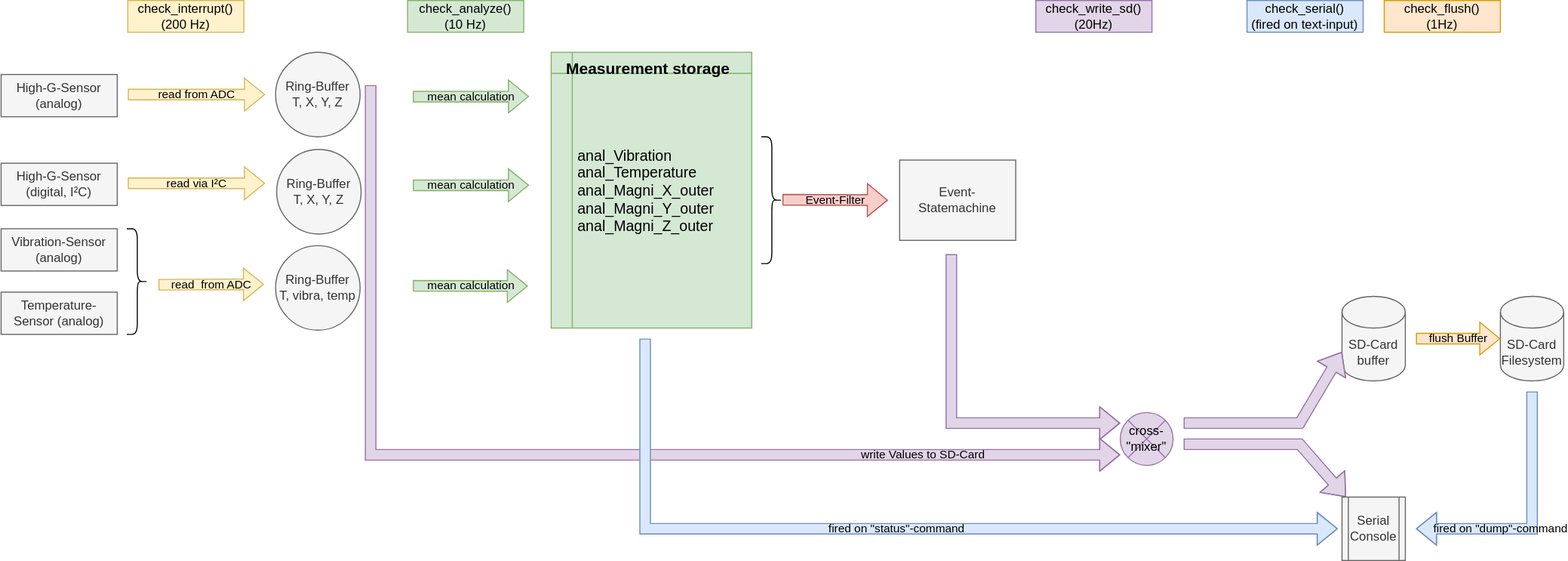
Above: docs/data-flow.svg in movement-recognition/pouch-ucboard (draw.io), before the change. Source tidied: cells renumbered, new cells last; positions are measured from the earlier drawing's top-left corner, leaving out a move shared by most shapes.
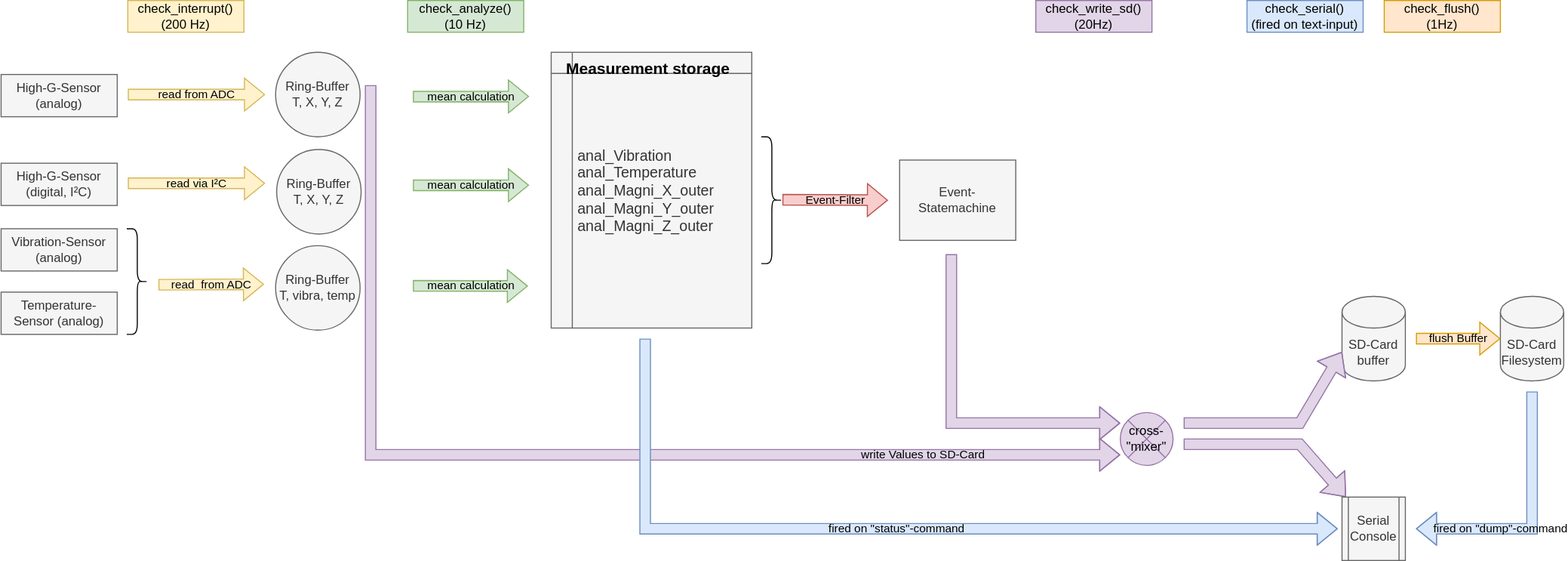
The same file after the commit.

Commit message:
changed color of measurement-box

Diff of the diagram source:
```diff
@@ -47,7 +47,7 @@
     <mxCell id="13" style="shape=curlyBracket;whiteSpace=wrap;html=1;rounded=1;flipH=1;labelPosition=right;verticalLabelPosition=middle;align=left;verticalAlign=middle;" parent="1" vertex="1">
       <mxGeometry x="119" y="216" width="20" height="100" as="geometry" />
     </mxCell>
-    <mxCell id="14" value="&amp;nbsp;&amp;nbsp;&amp;nbsp;&amp;nbsp;&amp;nbsp; anal_Vibration&lt;br style=&quot;font-size: 14px;&quot;&gt;&amp;nbsp;&amp;nbsp;&amp;nbsp;&amp;nbsp;&amp;nbsp; anal_Temperature&lt;br style=&quot;font-size: 14px;&quot;&gt;&amp;nbsp;&amp;nbsp;&amp;nbsp;&amp;nbsp;&amp;nbsp; anal_Magni_X_outer&lt;br style=&quot;font-size: 14px;&quot;&gt;&amp;nbsp;&amp;nbsp;&amp;nbsp;&amp;nbsp;&amp;nbsp; anal_Magni_Y_outer&lt;br style=&quot;font-size: 14px;&quot;&gt;&amp;nbsp;&amp;nbsp;&amp;nbsp;&amp;nbsp;&amp;nbsp; anal_Magni_Z_outer" style="shape=internalStorage;whiteSpace=wrap;html=1;backgroundOutline=1;fillColor=#d5e8d4;strokeColor=#82b366;align=left;fontSize=14;" parent="1" vertex="1">
+    <mxCell id="14" value="&amp;nbsp;&amp;nbsp;&amp;nbsp;&amp;nbsp;&amp;nbsp; anal_Vibration&lt;br style=&quot;font-size: 14px;&quot;&gt;&amp;nbsp;&amp;nbsp;&amp;nbsp;&amp;nbsp;&amp;nbsp; anal_Temperature&lt;br style=&quot;font-size: 14px;&quot;&gt;&amp;nbsp;&amp;nbsp;&amp;nbsp;&amp;nbsp;&amp;nbsp; anal_Magni_X_outer&lt;br style=&quot;font-size: 14px;&quot;&gt;&amp;nbsp;&amp;nbsp;&amp;nbsp;&amp;nbsp;&amp;nbsp; anal_Magni_Y_outer&lt;br style=&quot;font-size: 14px;&quot;&gt;&amp;nbsp;&amp;nbsp;&amp;nbsp;&amp;nbsp;&amp;nbsp; anal_Magni_Z_outer" style="shape=internalStorage;whiteSpace=wrap;html=1;backgroundOutline=1;fillColor=#f5f5f5;strokeColor=#666666;align=left;fontSize=14;fontColor=#333333;" parent="1" vertex="1">
       <mxGeometry x="521" y="49" width="190" height="261" as="geometry" />
     </mxCell>
     <mxCell id="15" value="check_analyze()&lt;br&gt;(10 Hz)" style="text;html=1;strokeColor=#82b366;fillColor=#d5e8d4;align=center;verticalAlign=middle;whiteSpace=wrap;rounded=0;" parent="1" vertex="1">
```
